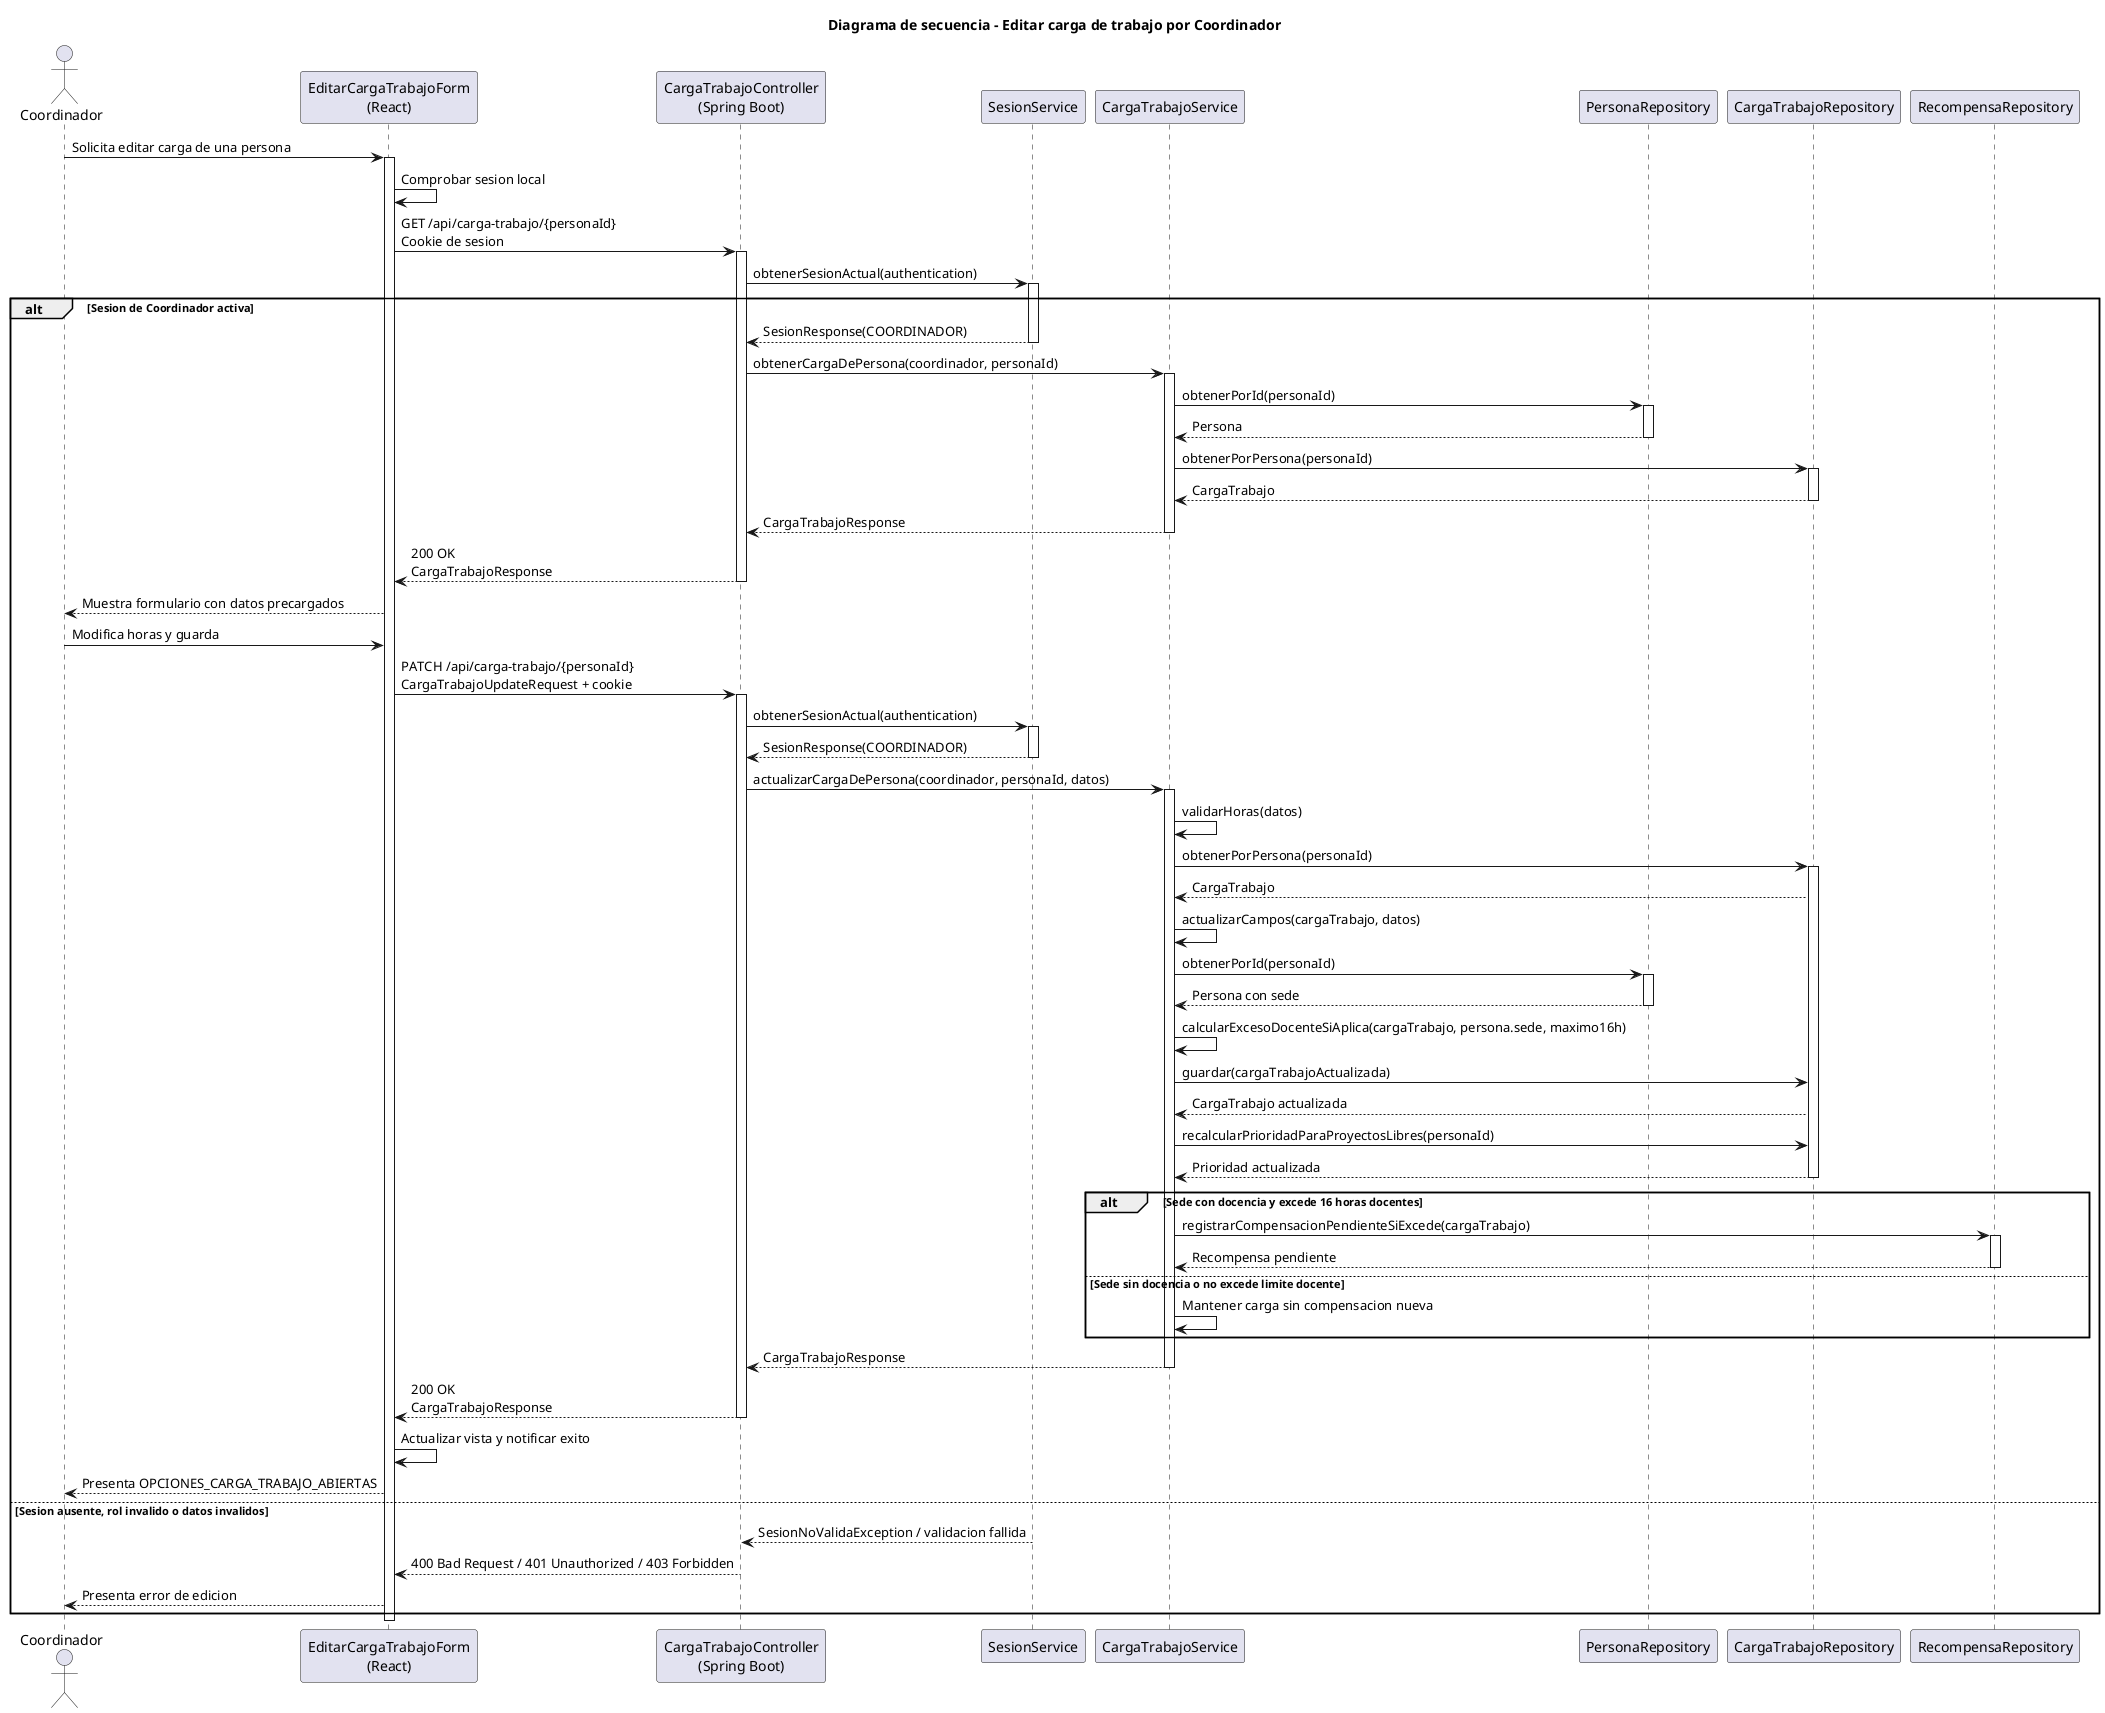
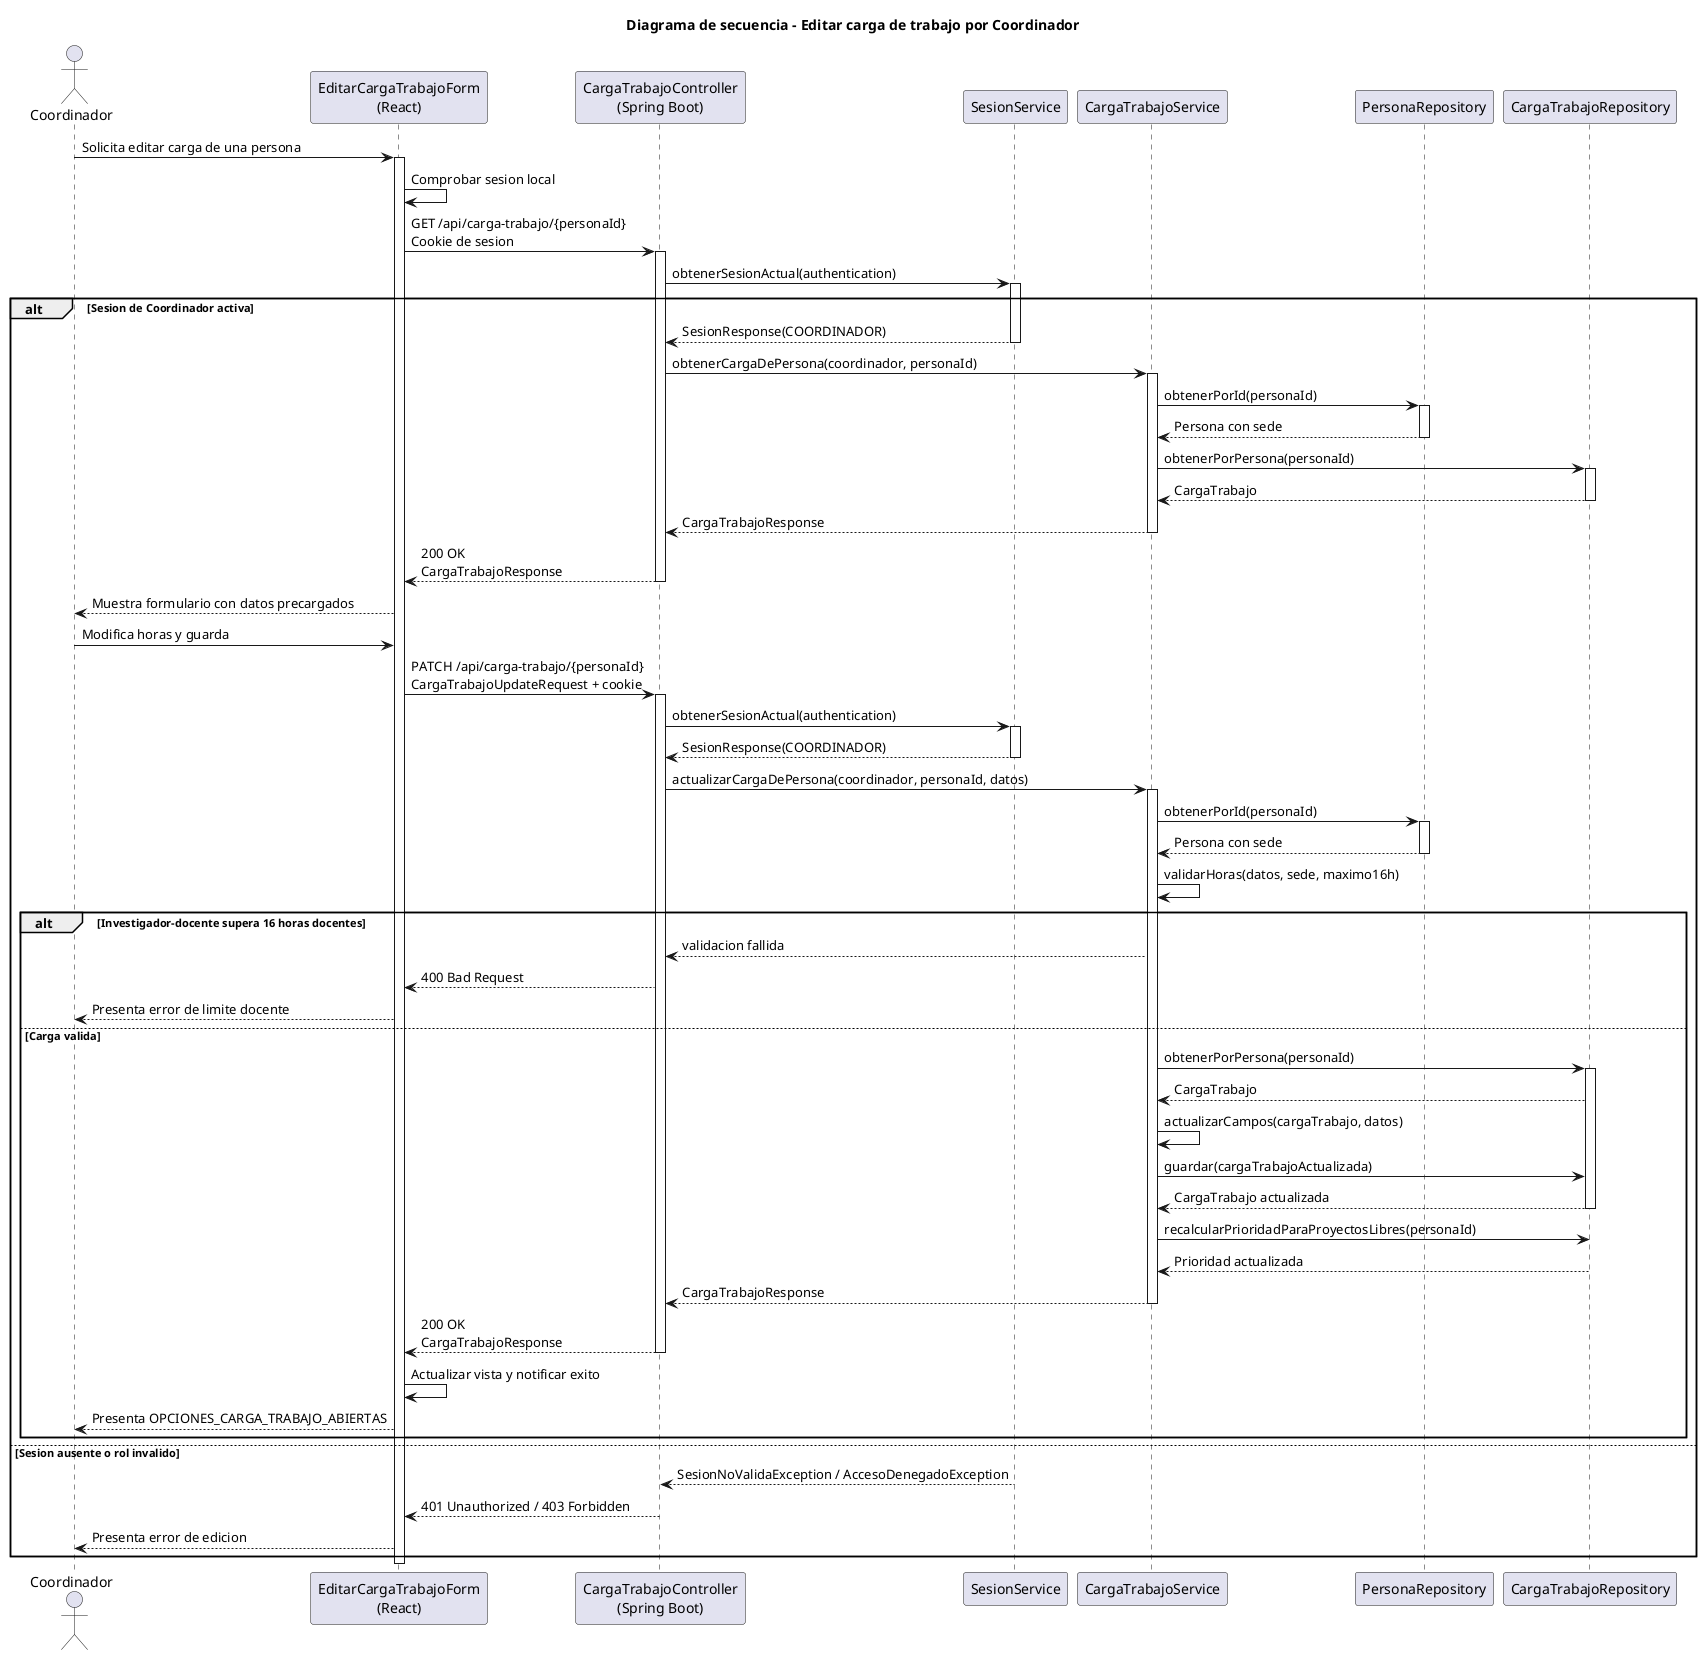
@startuml editarCargaTrabajo-coordinador-diseno
title Diagrama de secuencia - Editar carga de trabajo por Coordinador

actor Coordinador
participant "EditarCargaTrabajoForm\n(React)" as Frontend
participant "CargaTrabajoController\n(Spring Boot)" as Api
participant "SesionService" as Sesion
participant "CargaTrabajoService" as Service
participant "PersonaRepository" as PersonaRepo
participant "CargaTrabajoRepository" as CargaRepo
- participant "RecompensaRepository" as RecompensaRepo

Coordinador -> Frontend: Solicita editar carga de una persona
activate Frontend
Frontend -> Frontend: Comprobar sesion local
Frontend -> Api: GET /api/carga-trabajo/{personaId}\nCookie de sesion
activate Api
Api -> Sesion: obtenerSesionActual(authentication)
activate Sesion
alt Sesion de Coordinador activa
    Sesion --> Api: SesionResponse(COORDINADOR)
    deactivate Sesion
    Api -> Service: obtenerCargaDePersona(coordinador, personaId)
    activate Service
    Service -> PersonaRepo: obtenerPorId(personaId)
    activate PersonaRepo
-     PersonaRepo --> Service: Persona
+     PersonaRepo --> Service: Persona con sede
    deactivate PersonaRepo
    Service -> CargaRepo: obtenerPorPersona(personaId)
    activate CargaRepo
    CargaRepo --> Service: CargaTrabajo
    deactivate CargaRepo
    Service --> Api: CargaTrabajoResponse
    deactivate Service
    Api --> Frontend: 200 OK\nCargaTrabajoResponse
    deactivate Api
    Frontend --> Coordinador: Muestra formulario con datos precargados
    Coordinador -> Frontend: Modifica horas y guarda
    Frontend -> Api: PATCH /api/carga-trabajo/{personaId}\nCargaTrabajoUpdateRequest + cookie
    activate Api
    Api -> Sesion: obtenerSesionActual(authentication)
    activate Sesion
    Sesion --> Api: SesionResponse(COORDINADOR)
    deactivate Sesion
    Api -> Service: actualizarCargaDePersona(coordinador, personaId, datos)
    activate Service
-     Service -> Service: validarHoras(datos)
-     Service -> CargaRepo: obtenerPorPersona(personaId)
-     activate CargaRepo
-     CargaRepo --> Service: CargaTrabajo
-     Service -> Service: actualizarCampos(cargaTrabajo, datos)
    Service -> PersonaRepo: obtenerPorId(personaId)
    activate PersonaRepo
    PersonaRepo --> Service: Persona con sede
    deactivate PersonaRepo
-     Service -> Service: calcularExcesoDocenteSiAplica(cargaTrabajo, persona.sede, maximo16h)
-     Service -> CargaRepo: guardar(cargaTrabajoActualizada)
-     CargaRepo --> Service: CargaTrabajo actualizada
-     Service -> CargaRepo: recalcularPrioridadParaProyectosLibres(personaId)
-     CargaRepo --> Service: Prioridad actualizada
-     deactivate CargaRepo
-     alt Sede con docencia y excede 16 horas docentes
-         Service -> RecompensaRepo: registrarCompensacionPendienteSiExcede(cargaTrabajo)
-         activate RecompensaRepo
-         RecompensaRepo --> Service: Recompensa pendiente
-         deactivate RecompensaRepo
-     else Sede sin docencia o no excede limite docente
-         Service -> Service: Mantener carga sin compensacion nueva
+     Service -> Service: validarHoras(datos, sede, maximo16h)
+     alt Investigador-docente supera 16 horas docentes
+         Service --> Api: validacion fallida
+         Api --> Frontend: 400 Bad Request
+         Frontend --> Coordinador: Presenta error de limite docente
+     else Carga valida
+         Service -> CargaRepo: obtenerPorPersona(personaId)
+         activate CargaRepo
+         CargaRepo --> Service: CargaTrabajo
+         Service -> Service: actualizarCampos(cargaTrabajo, datos)
+         Service -> CargaRepo: guardar(cargaTrabajoActualizada)
+         CargaRepo --> Service: CargaTrabajo actualizada
+         deactivate CargaRepo
+         Service -> CargaRepo: recalcularPrioridadParaProyectosLibres(personaId)
+         CargaRepo --> Service: Prioridad actualizada
+         Service --> Api: CargaTrabajoResponse
+         deactivate Service
+         Api --> Frontend: 200 OK\nCargaTrabajoResponse
+         deactivate Api
+         Frontend -> Frontend: Actualizar vista y notificar exito
+         Frontend --> Coordinador: Presenta OPCIONES_CARGA_TRABAJO_ABIERTAS
    end
-     Service --> Api: CargaTrabajoResponse
-     deactivate Service
-     Api --> Frontend: 200 OK\nCargaTrabajoResponse
-     deactivate Api
-     Frontend -> Frontend: Actualizar vista y notificar exito
-     Frontend --> Coordinador: Presenta OPCIONES_CARGA_TRABAJO_ABIERTAS
- else Sesion ausente, rol invalido o datos invalidos
-     Sesion --> Api: SesionNoValidaException / validacion fallida
+ else Sesion ausente o rol invalido
+     Sesion --> Api: SesionNoValidaException / AccesoDenegadoException
    deactivate Sesion
-     Api --> Frontend: 400 Bad Request / 401 Unauthorized / 403 Forbidden
+     Api --> Frontend: 401 Unauthorized / 403 Forbidden
    deactivate Api
    Frontend --> Coordinador: Presenta error de edicion
end
deactivate Frontend
@enduml
